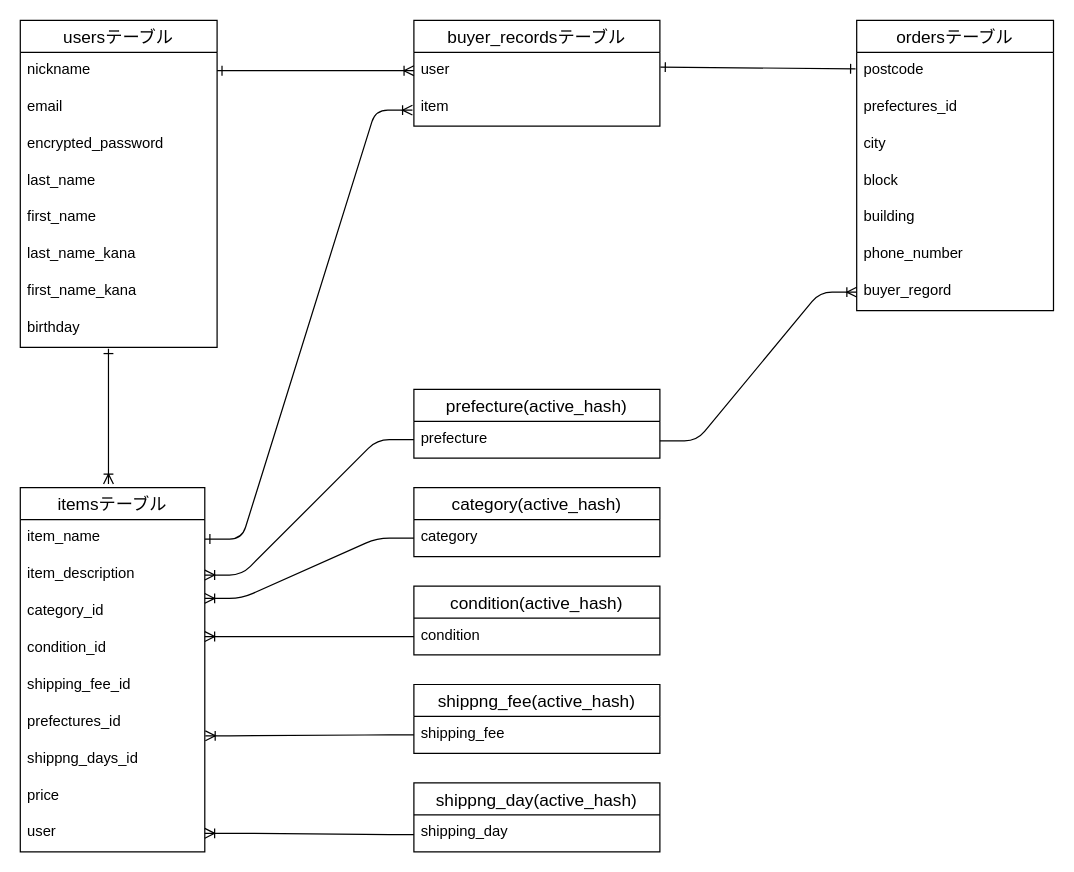
The draw.io diagram ER.dio in 1682123/furima-39111, before the edit. Source tidied: cells renumbered, new cells numbered last; positions are measured from the earlier drawing's top-left corner, leaving out a move shared by most shapes. Both pictures are drawn from the tidied source at 123%, with x=0, y=0 at pixel (20, 20).
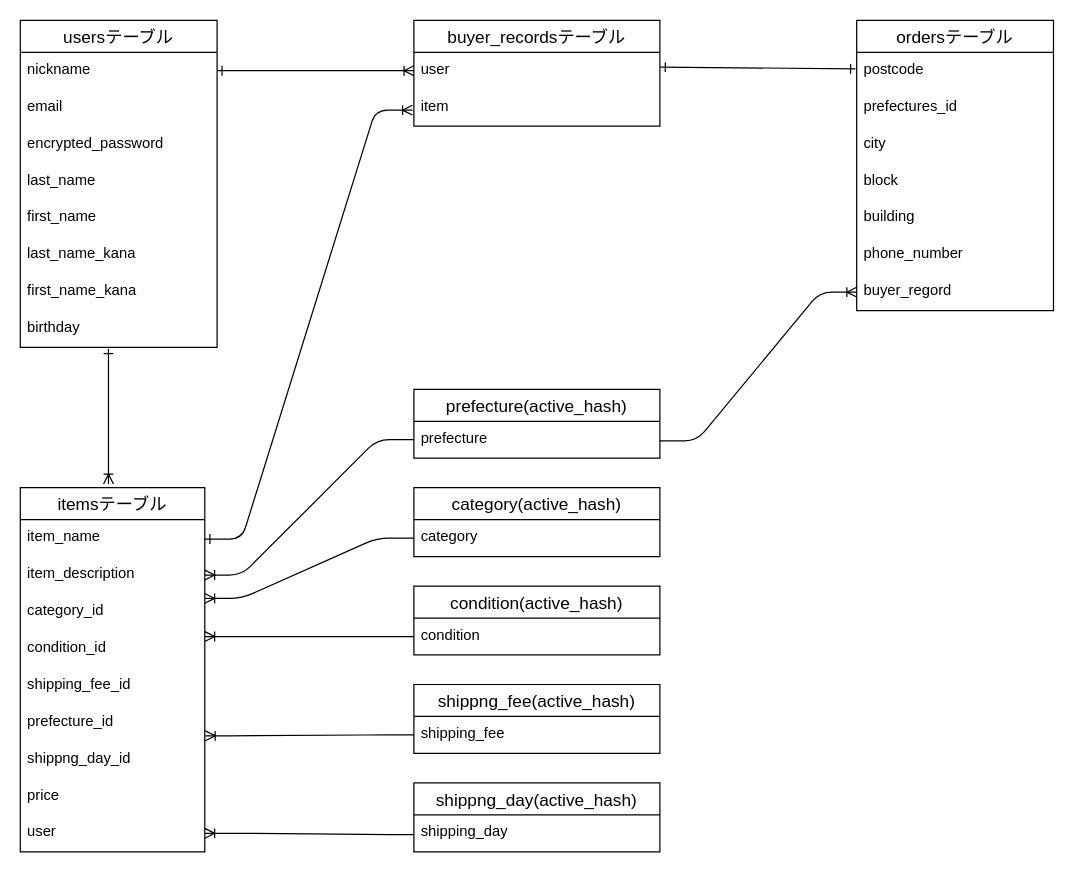
Above is the later version.

Commit message:
ER図一部修正

Unchanged cells that the change refers to:
```xml
<mxCell id="11" value="itemsテーブル" style="swimlane;fontStyle=0;horizontal=1;startSize=26;align=center;fontSize=14;" parent="1" vertex="1">
  <mxGeometry y="380" width="150" height="296" as="geometry" />
</mxCell>
```

The edit, as a diff of the source:
```diff
@@
-    <mxCell id="17" value="prefectures_id" style="text;strokeColor=none;fillColor=none;spacingLeft=4;spacingRight=4;overflow=hidden;fontSize=12;" parent="11" vertex="1">
+    <mxCell id="17" value="prefecture_id" style="text;strokeColor=none;fillColor=none;spacingLeft=4;spacingRight=4;overflow=hidden;fontSize=12;" parent="11" vertex="1">
       <mxGeometry y="176" width="150" height="30" as="geometry" />
     </mxCell>
-    <mxCell id="18" value="shippng_days_id" style="text;strokeColor=none;fillColor=none;spacingLeft=4;spacingRight=4;overflow=hidden;points=[[0,0.5],[1,0.5]];portConstraint=eastwest;fontSize=12;" parent="11" vertex="1">
+    <mxCell id="18" value="shippng_day_id" style="text;strokeColor=none;fillColor=none;spacingLeft=4;spacingRight=4;overflow=hidden;points=[[0,0.5],[1,0.5]];portConstraint=eastwest;fontSize=12;" parent="11" vertex="1">
       <mxGeometry y="206" width="150" height="30" as="geometry" />
     </mxCell>
```
